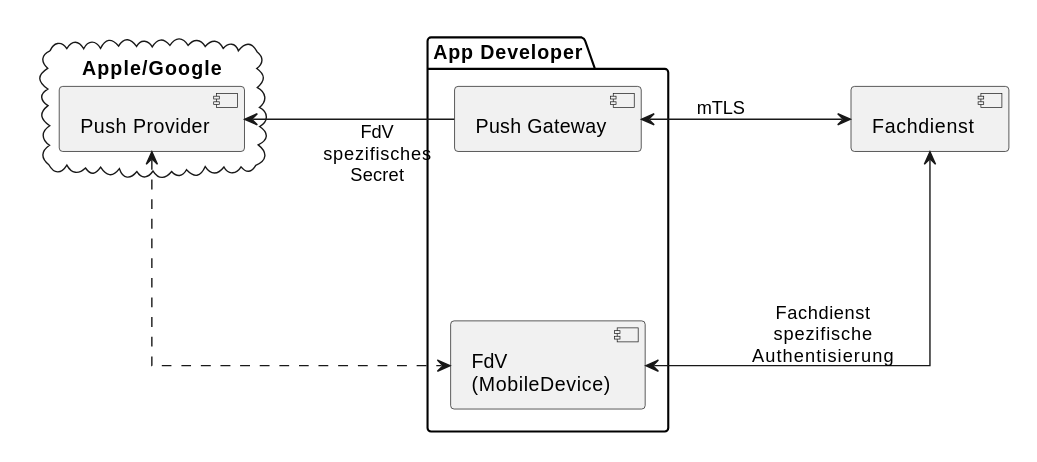
Before: images/diagrams/push_overview_authentication.svg, a diagram exported from PlantUML (gematik/gem-push-notifications-concept).
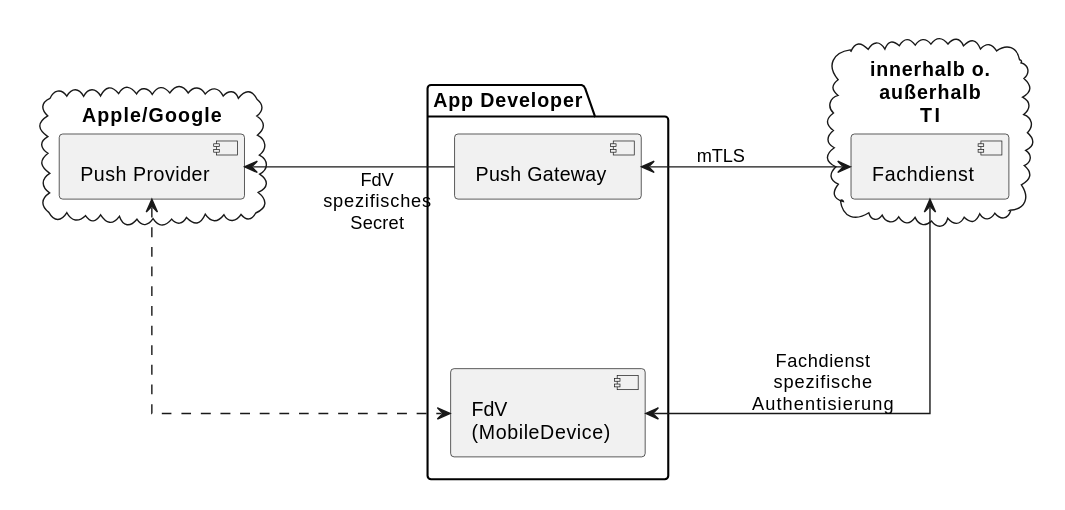
The same file after the commit.

The edit, as a diff of the source:
```diff
@@ -18,7 +18,9 @@
 
 PushGateway -[hidden]-- MobileDevice
 
-component Fachdienst
+cloud "innerhalb o.\naußerhalb\nTI" {
+    component Fachdienst
+}
 
 Fachdienst <--> MobileDevice : "Fachdienst\nspezifische\nAuthentisierung"
 Fachdienst <-> PushGateway : "\tmTLS"
```
